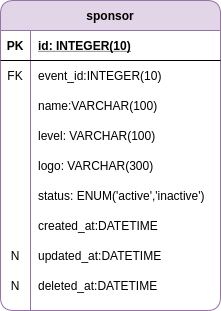
Earlier version of the draw.io export cases/sponsor.png (Z-Devs-platzi/event_up-mer). Source tidied: cells renumbered, new cells last; positions are measured from the earlier drawing's top-left corner, leaving out a move shared by most shapes.
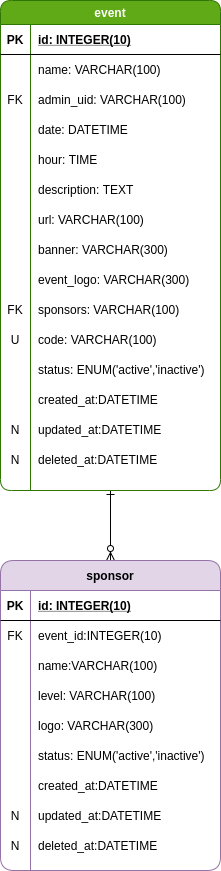
Later version of the same file.

What changed in the source:
```diff
@@ -2,89 +2,230 @@
   <root>
     <mxCell id="0" />
     <mxCell id="1" parent="0" />
-    <mxCell id="2" value="sponsor" style="shape=table;startSize=30;rowLines=0;fontStyle=1;align=center;rounded=1;sketch=0;fillColor=#e1d5e7;strokeColor=#9673a6;" parent="1" vertex="1">
-      <mxGeometry width="220" height="310" as="geometry" />
+    <mxCell id="2" style="edgeStyle=orthogonalEdgeStyle;rounded=0;jettySize=auto;html=1;startArrow=ERone;startFill=0;endArrow=ERzeroToMany;endFill=1;" parent="1" edge="1" source="3" target="49">
+      <mxGeometry relative="1" as="geometry" />
     </mxCell>
-    <mxCell id="3" style="shape=partialRectangle;fillColor=none;top=0;left=0;bottom=1;right=0;points=[[0,0.5],[1,0.5]];portConstraint=eastwest;" parent="2" vertex="1">
-      <mxGeometry y="30" width="220" height="30" as="geometry" />
+    <mxCell id="3" value="event" style="shape=table;startSize=24;rowLines=0;fontStyle=1;align=center;rounded=1;sketch=0;fillColor=#60a917;strokeColor=#2D7600;fontColor=#ffffff;" parent="1" vertex="1">
+      <mxGeometry y="-560" width="220" height="490" as="geometry" />
     </mxCell>
-    <mxCell id="4" value="PK" style="shape=partialRectangle;fillColor=none;top=0;left=0;bottom=0;right=0;fontStyle=1;overflow=hidden;" parent="3" vertex="1">
-      <mxGeometry width="30" height="30" as="geometry" />
+    <mxCell id="4" style="shape=partialRectangle;fillColor=none;top=0;left=0;bottom=1;right=0;" parent="3" vertex="1">
+      <mxGeometry y="24" width="220" height="30" as="geometry" />
     </mxCell>
-    <mxCell id="5" value="id: INTEGER(10)" style="shape=partialRectangle;fillColor=none;top=0;left=0;bottom=0;right=0;align=left;spacingLeft=6;fontStyle=5;overflow=hidden;" parent="3" vertex="1">
-      <mxGeometry x="30" width="190" height="30" as="geometry" />
+    <mxCell id="5" value="PK" style="shape=partialRectangle;fillColor=none;top=0;left=0;bottom=0;right=0;fontStyle=1;overflow=hidden;" parent="4" vertex="1">
+      <mxGeometry width="30" height="30" as="geometry" />
     </mxCell>
-    <mxCell id="6" style="shape=partialRectangle;fillColor=none;top=0;left=0;bottom=0;right=0;" parent="2" vertex="1">
-      <mxGeometry y="60" width="220" height="30" as="geometry" />
+    <mxCell id="6" value="id: INTEGER(10)" style="shape=partialRectangle;fillColor=none;top=0;left=0;bottom=0;right=0;align=left;spacingLeft=6;fontStyle=5;overflow=hidden;" parent="4" vertex="1">
+      <mxGeometry x="30" width="190" height="30" as="geometry" />
     </mxCell>
-    <mxCell id="7" value="FK" style="shape=partialRectangle;fillColor=none;top=0;left=0;bottom=0;right=0;overflow=hidden;" parent="6" vertex="1">
-      <mxGeometry width="30" height="30" as="geometry" />
+    <mxCell id="7" style="shape=partialRectangle;fillColor=none;top=0;left=0;bottom=0;right=0;" parent="3" vertex="1">
+      <mxGeometry y="54" width="220" height="30" as="geometry" />
     </mxCell>
-    <mxCell id="8" value="event_id:INTEGER(10)" style="shape=partialRectangle;fillColor=none;top=0;left=0;bottom=0;right=0;align=left;spacingLeft=6;overflow=hidden;" parent="6" vertex="1">
-      <mxGeometry x="30" width="190" height="30" as="geometry" />
+    <mxCell id="8" style="shape=partialRectangle;fillColor=none;top=0;left=0;bottom=0;right=0;overflow=hidden;" parent="7" vertex="1">
+      <mxGeometry width="30" height="30" as="geometry" />
     </mxCell>
-    <mxCell id="9" style="shape=partialRectangle;fillColor=none;top=0;left=0;bottom=0;right=0;" parent="2" vertex="1">
-      <mxGeometry y="90" width="220" height="30" as="geometry" />
+    <mxCell id="9" value="name: VARCHAR(100)" style="shape=partialRectangle;fillColor=none;top=0;left=0;bottom=0;right=0;align=left;spacingLeft=6;overflow=hidden;" parent="7" vertex="1">
+      <mxGeometry x="30" width="190" height="30" as="geometry" />
     </mxCell>
-    <mxCell id="10" style="shape=partialRectangle;fillColor=none;top=0;left=0;bottom=0;right=0;overflow=hidden;" parent="9" vertex="1">
-      <mxGeometry width="30" height="30" as="geometry" />
+    <mxCell id="10" style="shape=partialRectangle;fillColor=none;top=0;left=0;bottom=0;right=0;" parent="3" vertex="1">
+      <mxGeometry y="84" width="220" height="30" as="geometry" />
     </mxCell>
-    <mxCell id="11" value="name:VARCHAR(100)" style="shape=partialRectangle;fillColor=none;top=0;left=0;bottom=0;right=0;align=left;spacingLeft=6;overflow=hidden;" parent="9" vertex="1">
-      <mxGeometry x="30" width="190" height="30" as="geometry" />
+    <mxCell id="11" value="FK" style="shape=partialRectangle;fillColor=none;top=0;left=0;bottom=0;right=0;overflow=hidden;" parent="10" vertex="1">
+      <mxGeometry width="30" height="30" as="geometry" />
     </mxCell>
-    <mxCell id="12" style="shape=partialRectangle;fillColor=none;top=0;left=0;bottom=0;right=0;" parent="2" vertex="1">
-      <mxGeometry y="120" width="220" height="30" as="geometry" />
+    <mxCell id="12" value="admin_uid: VARCHAR(100)" style="shape=partialRectangle;fillColor=none;top=0;left=0;bottom=0;right=0;align=left;spacingLeft=6;overflow=hidden;" parent="10" vertex="1">
+      <mxGeometry x="30" width="190" height="30" as="geometry" />
     </mxCell>
-    <mxCell id="13" style="shape=partialRectangle;fillColor=none;top=0;left=0;bottom=0;right=0;overflow=hidden;" parent="12" vertex="1">
-      <mxGeometry width="30" height="30" as="geometry" />
+    <mxCell id="13" style="shape=partialRectangle;fillColor=none;top=0;left=0;bottom=0;right=0;" parent="3" vertex="1">
+      <mxGeometry y="114" width="220" height="30" as="geometry" />
     </mxCell>
-    <mxCell id="14" value="level: VARCHAR(100)" style="shape=partialRectangle;fillColor=none;top=0;left=0;bottom=0;right=0;align=left;spacingLeft=6;overflow=hidden;" parent="12" vertex="1">
-      <mxGeometry x="30" width="190" height="30" as="geometry" />
+    <mxCell id="14" style="shape=partialRectangle;fillColor=none;top=0;left=0;bottom=0;right=0;overflow=hidden;" parent="13" vertex="1">
+      <mxGeometry width="30" height="30" as="geometry" />
     </mxCell>
-    <mxCell id="15" style="shape=partialRectangle;fillColor=none;top=0;left=0;bottom=0;right=0;" parent="2" vertex="1">
-      <mxGeometry y="150" width="220" height="30" as="geometry" />
+    <mxCell id="15" value="date: DATETIME" style="shape=partialRectangle;fillColor=none;top=0;left=0;bottom=0;right=0;align=left;spacingLeft=6;overflow=hidden;" parent="13" vertex="1">
+      <mxGeometry x="30" width="190" height="30" as="geometry" />
     </mxCell>
-    <mxCell id="16" style="shape=partialRectangle;fillColor=none;top=0;left=0;bottom=0;right=0;overflow=hidden;" parent="15" vertex="1">
-      <mxGeometry width="30" height="30" as="geometry" />
+    <mxCell id="16" style="shape=partialRectangle;fillColor=none;top=0;left=0;bottom=0;right=0;" parent="3" vertex="1">
+      <mxGeometry y="144" width="220" height="30" as="geometry" />
     </mxCell>
-    <mxCell id="17" value="logo: VARCHAR(300)" style="shape=partialRectangle;fillColor=none;top=0;left=0;bottom=0;right=0;align=left;spacingLeft=6;overflow=hidden;" parent="15" vertex="1">
-      <mxGeometry x="30" width="190" height="30" as="geometry" />
+    <mxCell id="17" style="shape=partialRectangle;fillColor=none;top=0;left=0;bottom=0;right=0;overflow=hidden;" parent="16" vertex="1">
+      <mxGeometry width="30" height="30" as="geometry" />
     </mxCell>
-    <mxCell id="18" style="shape=partialRectangle;fillColor=none;top=0;left=0;bottom=0;right=0;" parent="2" vertex="1">
-      <mxGeometry y="180" width="220" height="30" as="geometry" />
+    <mxCell id="18" value="hour: TIME" style="shape=partialRectangle;fillColor=none;top=0;left=0;bottom=0;right=0;align=left;spacingLeft=6;overflow=hidden;" parent="16" vertex="1">
+      <mxGeometry x="30" width="190" height="30" as="geometry" />
     </mxCell>
-    <mxCell id="19" style="shape=partialRectangle;fillColor=none;top=0;left=0;bottom=0;right=0;overflow=hidden;" parent="18" vertex="1">
-      <mxGeometry width="30" height="30" as="geometry" />
+    <mxCell id="19" style="shape=partialRectangle;fillColor=none;top=0;left=0;bottom=0;right=0;" parent="3" vertex="1">
+      <mxGeometry y="174" width="220" height="30" as="geometry" />
     </mxCell>
-    <mxCell id="20" value="status: ENUM('active','inactive')" style="shape=partialRectangle;fillColor=none;top=0;left=0;bottom=0;right=0;align=left;spacingLeft=6;overflow=hidden;" parent="18" vertex="1">
-      <mxGeometry x="30" width="190" height="30" as="geometry" />
+    <mxCell id="20" style="shape=partialRectangle;fillColor=none;top=0;left=0;bottom=0;right=0;overflow=hidden;" parent="19" vertex="1">
+      <mxGeometry width="30" height="30" as="geometry" />
     </mxCell>
-    <mxCell id="21" style="shape=partialRectangle;fillColor=none;top=0;left=0;bottom=0;right=0;" parent="2" vertex="1">
-      <mxGeometry y="210" width="220" height="30" as="geometry" />
+    <mxCell id="21" value="description: TEXT" style="shape=partialRectangle;fillColor=none;top=0;left=0;bottom=0;right=0;align=left;spacingLeft=6;overflow=hidden;" parent="19" vertex="1">
+      <mxGeometry x="30" width="190" height="30" as="geometry" />
     </mxCell>
-    <mxCell id="22" style="shape=partialRectangle;fillColor=none;top=0;left=0;bottom=0;right=0;overflow=hidden;" parent="21" vertex="1">
-      <mxGeometry width="30" height="30" as="geometry" />
+    <mxCell id="22" style="shape=partialRectangle;fillColor=none;top=0;left=0;bottom=0;right=0;" parent="3" vertex="1">
+      <mxGeometry y="204" width="220" height="30" as="geometry" />
     </mxCell>
-    <mxCell id="23" value="created_at:DATETIME" style="shape=partialRectangle;fillColor=none;top=0;left=0;bottom=0;right=0;align=left;spacingLeft=6;overflow=hidden;" parent="21" vertex="1">
-      <mxGeometry x="30" width="190" height="30" as="geometry" />
+    <mxCell id="23" style="shape=partialRectangle;fillColor=none;top=0;left=0;bottom=0;right=0;overflow=hidden;" parent="22" vertex="1">
+      <mxGeometry width="30" height="30" as="geometry" />
     </mxCell>
-    <mxCell id="24" style="shape=partialRectangle;fillColor=none;top=0;left=0;bottom=0;right=0;" parent="2" vertex="1">
-      <mxGeometry y="240" width="220" height="30" as="geometry" />
+    <mxCell id="24" value="url: VARCHAR(100)" style="shape=partialRectangle;fillColor=none;top=0;left=0;bottom=0;right=0;align=left;spacingLeft=6;overflow=hidden;" parent="22" vertex="1">
+      <mxGeometry x="30" width="190" height="30" as="geometry" />
     </mxCell>
-    <mxCell id="25" value="N" style="shape=partialRectangle;fillColor=none;top=0;left=0;bottom=0;right=0;overflow=hidden;" parent="24" vertex="1">
-      <mxGeometry width="30" height="30" as="geometry" />
+    <mxCell id="25" style="shape=partialRectangle;fillColor=none;top=0;left=0;bottom=0;right=0;" parent="3" vertex="1">
+      <mxGeometry y="234" width="220" height="30" as="geometry" />
     </mxCell>
-    <mxCell id="26" value="updated_at:DATETIME" style="shape=partialRectangle;fillColor=none;top=0;left=0;bottom=0;right=0;align=left;spacingLeft=6;overflow=hidden;" parent="24" vertex="1">
-      <mxGeometry x="30" width="190" height="30" as="geometry" />
+    <mxCell id="26" style="shape=partialRectangle;fillColor=none;top=0;left=0;bottom=0;right=0;overflow=hidden;" parent="25" vertex="1">
+      <mxGeometry width="30" height="30" as="geometry" />
     </mxCell>
-    <mxCell id="27" style="shape=partialRectangle;fillColor=none;top=0;left=0;bottom=0;right=0;" parent="2" vertex="1">
-      <mxGeometry y="270" width="220" height="30" as="geometry" />
+    <mxCell id="27" value="banner: VARCHAR(300)" style="shape=partialRectangle;fillColor=none;top=0;left=0;bottom=0;right=0;align=left;spacingLeft=6;overflow=hidden;" parent="25" vertex="1">
+      <mxGeometry x="30" width="190" height="30" as="geometry" />
     </mxCell>
-    <mxCell id="28" value="N" style="shape=partialRectangle;fillColor=none;top=0;left=0;bottom=0;right=0;overflow=hidden;" parent="27" vertex="1">
-      <mxGeometry width="30" height="30" as="geometry" />
+    <mxCell id="28" style="shape=partialRectangle;fillColor=none;top=0;left=0;bottom=0;right=0;" parent="3" vertex="1">
+      <mxGeometry y="264" width="220" height="30" as="geometry" />
     </mxCell>
-    <mxCell id="29" value="deleted_at:DATETIME" style="shape=partialRectangle;fillColor=none;top=0;left=0;bottom=0;right=0;align=left;spacingLeft=6;overflow=hidden;" parent="27" vertex="1">
-      <mxGeometry x="30" width="190" height="30" as="geometry" />
+    <mxCell id="29" style="shape=partialRectangle;fillColor=none;top=0;left=0;bottom=0;right=0;overflow=hidden;" parent="28" vertex="1">
+      <mxGeometry width="30" height="30" as="geometry" />
     </mxCell>
+    <mxCell id="30" value="event_logo: VARCHAR(300)" style="shape=partialRectangle;fillColor=none;top=0;left=0;bottom=0;right=0;align=left;spacingLeft=6;overflow=hidden;" parent="28" vertex="1">
+      <mxGeometry x="30" width="190" height="30" as="geometry" />
+    </mxCell>
+    <mxCell id="31" style="shape=partialRectangle;fillColor=none;top=0;left=0;bottom=0;right=0;" parent="3" vertex="1">
+      <mxGeometry y="294" width="220" height="30" as="geometry" />
+    </mxCell>
+    <mxCell id="32" value="FK" style="shape=partialRectangle;fillColor=none;top=0;left=0;bottom=0;right=0;overflow=hidden;" parent="31" vertex="1">
+      <mxGeometry width="30" height="30" as="geometry" />
+    </mxCell>
+    <mxCell id="33" value="sponsors: VARCHAR(100)" style="shape=partialRectangle;fillColor=none;top=0;left=0;bottom=0;right=0;align=left;spacingLeft=6;overflow=hidden;" parent="31" vertex="1">
+      <mxGeometry x="30" width="190" height="30" as="geometry" />
+    </mxCell>
+    <mxCell id="34" style="shape=partialRectangle;fillColor=none;top=0;left=0;bottom=0;right=0;" parent="3" vertex="1">
+      <mxGeometry y="324" width="220" height="30" as="geometry" />
+    </mxCell>
+    <mxCell id="35" value="U" style="shape=partialRectangle;fillColor=none;top=0;left=0;bottom=0;right=0;overflow=hidden;" parent="34" vertex="1">
+      <mxGeometry width="30" height="30" as="geometry" />
+    </mxCell>
+    <mxCell id="36" value="code: VARCHAR(100)" style="shape=partialRectangle;fillColor=none;top=0;left=0;bottom=0;right=0;align=left;spacingLeft=6;overflow=hidden;" parent="34" vertex="1">
+      <mxGeometry x="30" width="190" height="30" as="geometry" />
+    </mxCell>
+    <mxCell id="37" style="shape=partialRectangle;fillColor=none;top=0;left=0;bottom=0;right=0;" parent="3" vertex="1">
+      <mxGeometry y="354" width="220" height="30" as="geometry" />
+    </mxCell>
+    <mxCell id="38" style="shape=partialRectangle;fillColor=none;top=0;left=0;bottom=0;right=0;overflow=hidden;" parent="37" vertex="1">
+      <mxGeometry width="30" height="30" as="geometry" />
+    </mxCell>
+    <mxCell id="39" value="status: ENUM('active','inactive')" style="shape=partialRectangle;fillColor=none;top=0;left=0;bottom=0;right=0;align=left;spacingLeft=6;overflow=hidden;" parent="37" vertex="1">
+      <mxGeometry x="30" width="190" height="30" as="geometry" />
+    </mxCell>
+    <mxCell id="40" style="shape=partialRectangle;fillColor=none;top=0;left=0;bottom=0;right=0;" parent="3" vertex="1">
+      <mxGeometry y="384" width="220" height="30" as="geometry" />
+    </mxCell>
+    <mxCell id="41" style="shape=partialRectangle;fillColor=none;top=0;left=0;bottom=0;right=0;overflow=hidden;" parent="40" vertex="1">
+      <mxGeometry width="30" height="30" as="geometry" />
+    </mxCell>
+    <mxCell id="42" value="created_at:DATETIME" style="shape=partialRectangle;fillColor=none;top=0;left=0;bottom=0;right=0;align=left;spacingLeft=6;overflow=hidden;" parent="40" vertex="1">
+      <mxGeometry x="30" width="190" height="30" as="geometry" />
+    </mxCell>
+    <mxCell id="43" style="shape=partialRectangle;fillColor=none;top=0;left=0;bottom=0;right=0;" parent="3" vertex="1">
+      <mxGeometry y="414" width="220" height="30" as="geometry" />
+    </mxCell>
+    <mxCell id="44" value="N" style="shape=partialRectangle;fillColor=none;top=0;left=0;bottom=0;right=0;overflow=hidden;" parent="43" vertex="1">
+      <mxGeometry width="30" height="30" as="geometry" />
+    </mxCell>
+    <mxCell id="45" value="updated_at:DATETIME" style="shape=partialRectangle;fillColor=none;top=0;left=0;bottom=0;right=0;align=left;spacingLeft=6;overflow=hidden;" parent="43" vertex="1">
+      <mxGeometry x="30" width="190" height="30" as="geometry" />
+    </mxCell>
+    <mxCell id="46" style="shape=partialRectangle;fillColor=none;top=0;left=0;bottom=0;right=0;" parent="3" vertex="1">
+      <mxGeometry y="444" width="220" height="30" as="geometry" />
+    </mxCell>
+    <mxCell id="47" value="N" style="shape=partialRectangle;fillColor=none;top=0;left=0;bottom=0;right=0;overflow=hidden;" parent="46" vertex="1">
+      <mxGeometry width="30" height="30" as="geometry" />
+    </mxCell>
+    <mxCell id="48" value="deleted_at:DATETIME" style="shape=partialRectangle;fillColor=none;top=0;left=0;bottom=0;right=0;align=left;spacingLeft=6;overflow=hidden;" parent="46" vertex="1">
+      <mxGeometry x="30" width="190" height="30" as="geometry" />
+    </mxCell>
+    <mxCell id="49" value="sponsor" style="shape=table;startSize=30;rowLines=0;fontStyle=1;align=center;rounded=1;sketch=0;fillColor=#e1d5e7;strokeColor=#9673a6;" parent="1" vertex="1">
+      <mxGeometry width="220" height="310" as="geometry" />
+    </mxCell>
+    <mxCell id="50" style="shape=partialRectangle;fillColor=none;top=0;left=0;bottom=1;right=0;" parent="49" vertex="1">
+      <mxGeometry y="30" width="220" height="30" as="geometry" />
+    </mxCell>
+    <mxCell id="51" value="PK" style="shape=partialRectangle;fillColor=none;top=0;left=0;bottom=0;right=0;fontStyle=1;overflow=hidden;" parent="50" vertex="1">
+      <mxGeometry width="30" height="30" as="geometry" />
+    </mxCell>
+    <mxCell id="52" value="id: INTEGER(10)" style="shape=partialRectangle;fillColor=none;top=0;left=0;bottom=0;right=0;align=left;spacingLeft=6;fontStyle=5;overflow=hidden;" parent="50" vertex="1">
+      <mxGeometry x="30" width="190" height="30" as="geometry" />
+    </mxCell>
+    <mxCell id="53" style="shape=partialRectangle;fillColor=none;top=0;left=0;bottom=0;right=0;" parent="49" vertex="1">
+      <mxGeometry y="60" width="220" height="30" as="geometry" />
+    </mxCell>
+    <mxCell id="54" value="FK" style="shape=partialRectangle;fillColor=none;top=0;left=0;bottom=0;right=0;overflow=hidden;" parent="53" vertex="1">
+      <mxGeometry width="30" height="30" as="geometry" />
+    </mxCell>
+    <mxCell id="55" value="event_id:INTEGER(10)" style="shape=partialRectangle;fillColor=none;top=0;left=0;bottom=0;right=0;align=left;spacingLeft=6;overflow=hidden;" parent="53" vertex="1">
+      <mxGeometry x="30" width="190" height="30" as="geometry" />
+    </mxCell>
+    <mxCell id="56" style="shape=partialRectangle;fillColor=none;top=0;left=0;bottom=0;right=0;" parent="49" vertex="1">
+      <mxGeometry y="90" width="220" height="30" as="geometry" />
+    </mxCell>
+    <mxCell id="57" style="shape=partialRectangle;fillColor=none;top=0;left=0;bottom=0;right=0;overflow=hidden;" parent="56" vertex="1">
+      <mxGeometry width="30" height="30" as="geometry" />
+    </mxCell>
+    <mxCell id="58" value="name:VARCHAR(100)" style="shape=partialRectangle;fillColor=none;top=0;left=0;bottom=0;right=0;align=left;spacingLeft=6;overflow=hidden;" parent="56" vertex="1">
+      <mxGeometry x="30" width="190" height="30" as="geometry" />
+    </mxCell>
+    <mxCell id="59" style="shape=partialRectangle;fillColor=none;top=0;left=0;bottom=0;right=0;" parent="49" vertex="1">
+      <mxGeometry y="120" width="220" height="30" as="geometry" />
+    </mxCell>
+    <mxCell id="60" style="shape=partialRectangle;fillColor=none;top=0;left=0;bottom=0;right=0;overflow=hidden;" parent="59" vertex="1">
+      <mxGeometry width="30" height="30" as="geometry" />
+    </mxCell>
+    <mxCell id="61" value="level: VARCHAR(100)" style="shape=partialRectangle;fillColor=none;top=0;left=0;bottom=0;right=0;align=left;spacingLeft=6;overflow=hidden;" parent="59" vertex="1">
+      <mxGeometry x="30" width="190" height="30" as="geometry" />
+    </mxCell>
+    <mxCell id="62" style="shape=partialRectangle;fillColor=none;top=0;left=0;bottom=0;right=0;" parent="49" vertex="1">
+      <mxGeometry y="150" width="220" height="30" as="geometry" />
+    </mxCell>
+    <mxCell id="63" style="shape=partialRectangle;fillColor=none;top=0;left=0;bottom=0;right=0;overflow=hidden;" parent="62" vertex="1">
+      <mxGeometry width="30" height="30" as="geometry" />
+    </mxCell>
+    <mxCell id="64" value="logo: VARCHAR(300)" style="shape=partialRectangle;fillColor=none;top=0;left=0;bottom=0;right=0;align=left;spacingLeft=6;overflow=hidden;" parent="62" vertex="1">
+      <mxGeometry x="30" width="190" height="30" as="geometry" />
+    </mxCell>
+    <mxCell id="65" style="shape=partialRectangle;fillColor=none;top=0;left=0;bottom=0;right=0;" parent="49" vertex="1">
+      <mxGeometry y="180" width="220" height="30" as="geometry" />
+    </mxCell>
+    <mxCell id="66" style="shape=partialRectangle;fillColor=none;top=0;left=0;bottom=0;right=0;overflow=hidden;" parent="65" vertex="1">
+      <mxGeometry width="30" height="30" as="geometry" />
+    </mxCell>
+    <mxCell id="67" value="status: ENUM('active','inactive')" style="shape=partialRectangle;fillColor=none;top=0;left=0;bottom=0;right=0;align=left;spacingLeft=6;overflow=hidden;" parent="65" vertex="1">
+      <mxGeometry x="30" width="190" height="30" as="geometry" />
+    </mxCell>
+    <mxCell id="68" style="shape=partialRectangle;fillColor=none;top=0;left=0;bottom=0;right=0;" parent="49" vertex="1">
+      <mxGeometry y="210" width="220" height="30" as="geometry" />
+    </mxCell>
+    <mxCell id="69" style="shape=partialRectangle;fillColor=none;top=0;left=0;bottom=0;right=0;overflow=hidden;" parent="68" vertex="1">
+      <mxGeometry width="30" height="30" as="geometry" />
+    </mxCell>
+    <mxCell id="70" value="created_at:DATETIME" style="shape=partialRectangle;fillColor=none;top=0;left=0;bottom=0;right=0;align=left;spacingLeft=6;overflow=hidden;" parent="68" vertex="1">
+      <mxGeometry x="30" width="190" height="30" as="geometry" />
+    </mxCell>
+    <mxCell id="71" style="shape=partialRectangle;fillColor=none;top=0;left=0;bottom=0;right=0;" parent="49" vertex="1">
+      <mxGeometry y="240" width="220" height="30" as="geometry" />
+    </mxCell>
+    <mxCell id="72" value="N" style="shape=partialRectangle;fillColor=none;top=0;left=0;bottom=0;right=0;overflow=hidden;" parent="71" vertex="1">
+      <mxGeometry width="30" height="30" as="geometry" />
+    </mxCell>
+    <mxCell id="73" value="updated_at:DATETIME" style="shape=partialRectangle;fillColor=none;top=0;left=0;bottom=0;right=0;align=left;spacingLeft=6;overflow=hidden;" parent="71" vertex="1">
+      <mxGeometry x="30" width="190" height="30" as="geometry" />
+    </mxCell>
+    <mxCell id="74" style="shape=partialRectangle;fillColor=none;top=0;left=0;bottom=0;right=0;" parent="49" vertex="1">
+      <mxGeometry y="270" width="220" height="30" as="geometry" />
+    </mxCell>
+    <mxCell id="75" value="N" style="shape=partialRectangle;fillColor=none;top=0;left=0;bottom=0;right=0;overflow=hidden;" parent="74" vertex="1">
+      <mxGeometry width="30" height="30" as="geometry" />
+    </mxCell>
+    <mxCell id="76" value="deleted_at:DATETIME" style="shape=partialRectangle;fillColor=none;top=0;left=0;bottom=0;right=0;align=left;spacingLeft=6;overflow=hidden;" parent="74" vertex="1">
+      <mxGeometry x="30" width="190" height="30" as="geometry" />
+    </mxCell>
   </root>
 </mxGraphModel>
```
